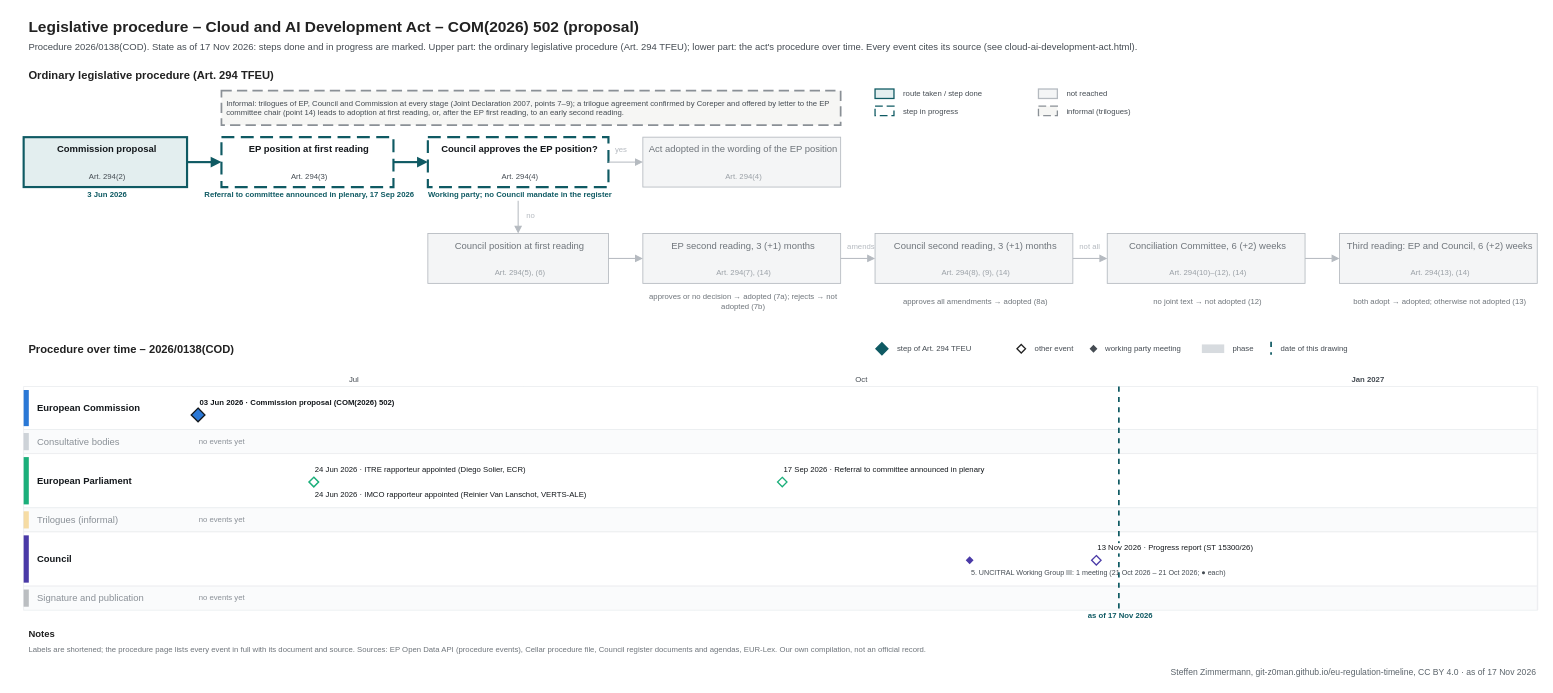
Before: procedures/cloud-ai-development-act.drawio in git-z0man/eu-regulation-timeline, a draw.io diagram. Source tidied: cells renumbered, new cells numbered last; positions are measured from the earlier drawing's top-left corner, leaving out a move shared by most shapes. Both pictures are drawn from the tidied source at 86%, with x=0, y=0 at pixel (15, 15).
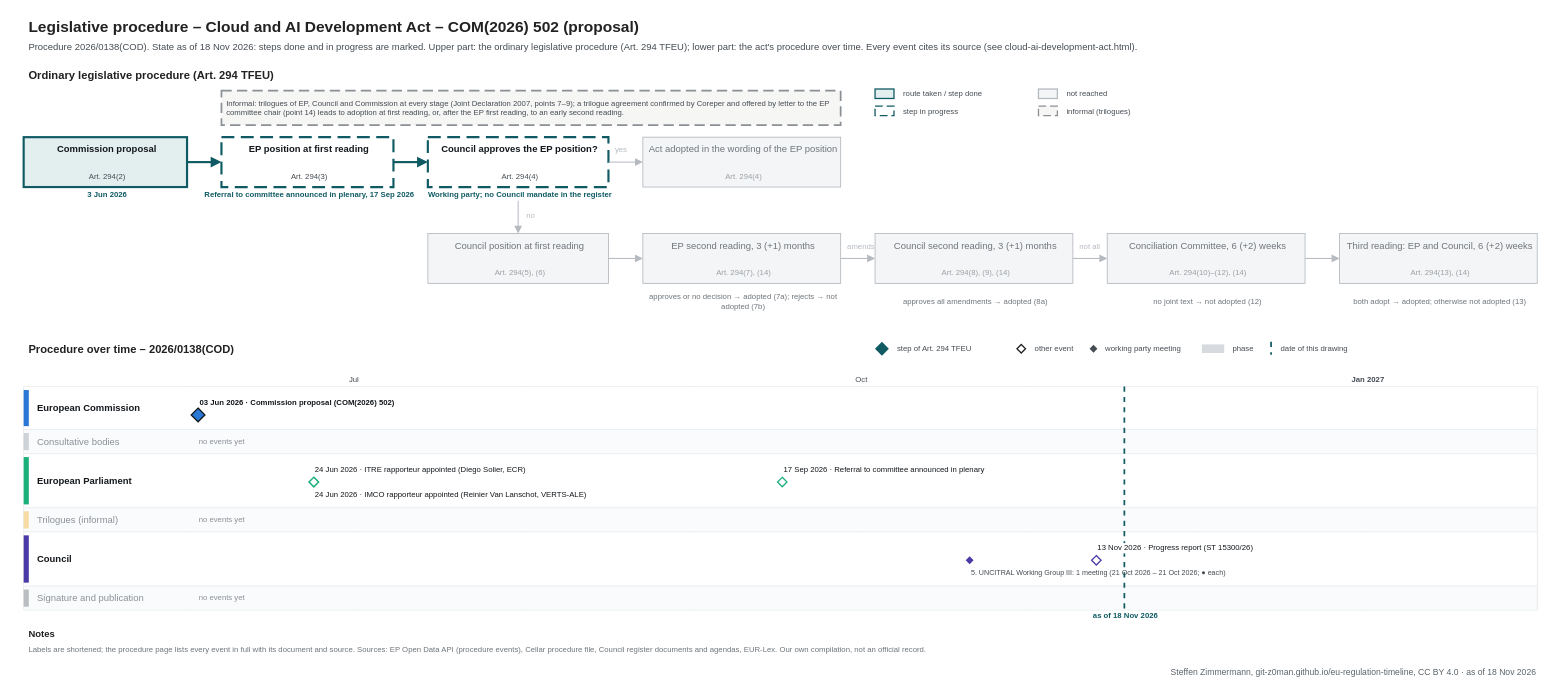
The same diagram, later.

Change to the diagram source:
```diff
@@
-    <mxCell id="3" value="Procedure 2026/0138(COD). State as of 17 Nov 2026: steps done and in progress are marked. Upper part: the ordinary legislative procedure (Art. 294 TFEU); lower part: the act's procedure over time. Every event cites its source (see cloud-ai-development-act.html)." style="text;html=1;fontSize=11;fontColor=#454c53;align=left;verticalAlign=middle;spacingLeft=4;" parent="1" vertex="1">
+    <mxCell id="3" value="Procedure 2026/0138(COD). State as of 18 Nov 2026: steps done and in progress are marked. Upper part: the ordinary legislative procedure (Art. 294 TFEU); lower part: the act's procedure over time. Every event cites its source (see cloud-ai-development-act.html)." style="text;html=1;fontSize=11;fontColor=#454c53;align=left;verticalAlign=middle;spacingLeft=4;" parent="1" vertex="1">
       <mxGeometry x="10" y="28" width="1700" height="18" as="geometry" />
     </mxCell>
@@
     <mxCell id="105" style="line;html=1;strokeWidth=2;strokeColor=#0f5a63;direction=south;dashed=1;" parent="1" vertex="1">
-      <mxGeometry x="1283" y="432" width="1" height="260" as="geometry" />
+      <mxGeometry x="1289.4" y="432" width="1" height="260" as="geometry" />
     </mxCell>
-    <mxCell id="106" value="as of 17 Nov 2026" style="text;html=1;fontSize=9;fontColor=#0f5a63;align=center;verticalAlign=middle;spacingLeft=4;fontStyle=1;" parent="1" vertex="1">
-      <mxGeometry x="1223" y="693" width="120" height="12" as="geometry" />
+    <mxCell id="106" value="as of 18 Nov 2026" style="text;html=1;fontSize=9;fontColor=#0f5a63;align=center;verticalAlign=middle;spacingLeft=4;fontStyle=1;" parent="1" vertex="1">
+      <mxGeometry x="1229.4" y="693" width="120" height="12" as="geometry" />
     </mxCell>
@@
-    <mxCell id="121" value="Steffen Zimmermann, git-z0man.github.io/eu-regulation-timeline, CC BY 4.0 · as of 17 Nov 2026" style="text;html=1;fontSize=10;fontColor=#5b646b;align=right;verticalAlign=middle;spacingLeft=4;" parent="1" vertex="1">
+    <mxCell id="121" value="Steffen Zimmermann, git-z0man.github.io/eu-regulation-timeline, CC BY 4.0 · as of 18 Nov 2026" style="text;html=1;fontSize=10;fontColor=#5b646b;align=right;verticalAlign=middle;spacingLeft=4;" parent="1" vertex="1">
       <mxGeometry x="10" y="756" width="1760" height="16" as="geometry" />
     </mxCell>
```
